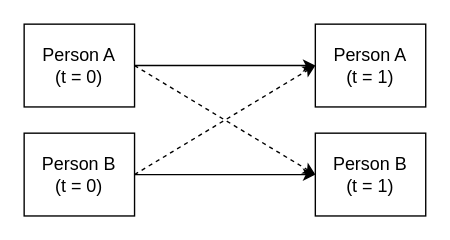
visserle/two-hearts keeps this draw.io diagram as plots/dynamic_system.drawio. Above is the earlier version. Source tidied: cells renumbered, new cells numbered last; positions are measured from the earlier drawing's top-left corner, leaving out a move shared by most shapes. Both pictures are drawn from the tidied source at 138%, with x=0, y=0 at pixel (23, 23).
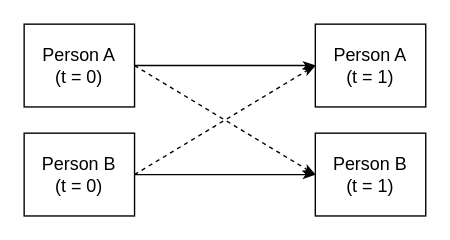
The same page after the edit.

Change to the diagram source:
```diff
@@
 <mxGraphModel>
   <root>
     <mxCell id="0" />
     <mxCell id="1" parent="0" />
-    <mxCell id="2" style="edgeStyle=orthogonalEdgeStyle;rounded=0;jettySize=auto;html=1;strokeWidth=1;fontSize=13;" parent="1" edge="1" source="4" target="8">
+    <mxCell id="2" style="edgeStyle=orthogonalEdgeStyle;rounded=0;jettySize=auto;html=1;strokeWidth=1;fontSize=13;endArrow=classicThin;endFill=1;" parent="1" edge="1" source="4" target="8">
       <mxGeometry relative="1" as="geometry" />
     </mxCell>
-    <mxCell id="3" style="rounded=0;jettySize=auto;html=1;entryX=0;entryY=0.5;entryDx=0;entryDy=0;exitX=1;exitY=0.5;exitDx=0;exitDy=0;dashed=1;strokeWidth=1;fontSize=13;" parent="1" edge="1" source="4" target="9">
+    <mxCell id="3" style="rounded=0;jettySize=auto;html=1;entryX=0;entryY=0.5;entryDx=0;entryDy=0;exitX=1;exitY=0.5;exitDx=0;exitDy=0;dashed=1;strokeWidth=1;fontSize=13;endArrow=classicThin;endFill=1;" parent="1" edge="1" source="4" target="9">
       <mxGeometry relative="1" as="geometry" />
     </mxCell>
     <mxCell id="4" value="Person A&lt;br style=&quot;font-size: 13px&quot;&gt;(t = 0)" style="rounded=0;whiteSpace=wrap;html=1;strokeWidth=1;fontSize=13;" parent="1" vertex="1">
       <mxGeometry width="80" height="60" as="geometry" />
     </mxCell>
-    <mxCell id="5" style="edgeStyle=orthogonalEdgeStyle;rounded=0;jettySize=auto;html=1;strokeWidth=1;fontSize=13;" parent="1" edge="1" source="7" target="9">
+    <mxCell id="5" style="edgeStyle=orthogonalEdgeStyle;rounded=0;jettySize=auto;html=1;strokeWidth=1;fontSize=13;endArrow=classicThin;endFill=1;" parent="1" edge="1" source="7" target="9">
       <mxGeometry relative="1" as="geometry" />
     </mxCell>
-    <mxCell id="6" style="edgeStyle=none;rounded=0;jettySize=auto;html=1;entryX=0;entryY=0.5;entryDx=0;entryDy=0;dashed=1;exitX=1;exitY=0.5;exitDx=0;exitDy=0;strokeWidth=1;fontSize=13;" parent="1" edge="1" source="7" target="8">
+    <mxCell id="6" style="edgeStyle=none;rounded=0;jettySize=auto;html=1;entryX=0;entryY=0.5;entryDx=0;entryDy=0;dashed=1;exitX=1;exitY=0.5;exitDx=0;exitDy=0;strokeWidth=1;fontSize=13;endArrow=classicThin;endFill=1;" parent="1" edge="1" source="7" target="8">
       <mxGeometry relative="1" as="geometry" />
     </mxCell>
     <mxCell id="7" value="Person B&lt;br style=&quot;font-size: 13px&quot;&gt;(t = 0)" style="rounded=0;whiteSpace=wrap;html=1;strokeWidth=1;fontSize=13;" parent="1" vertex="1">
       <mxGeometry y="79" width="80" height="60" as="geometry" />
     </mxCell>
     <mxCell id="8" value="Person A&lt;br style=&quot;font-size: 13px&quot;&gt;(t = 1)" style="rounded=0;whiteSpace=wrap;html=1;strokeWidth=1;fontSize=13;" parent="1" vertex="1">
       <mxGeometry x="211" width="80" height="60" as="geometry" />
     </mxCell>
     <mxCell id="9" value="Person B&lt;br style=&quot;font-size: 13px&quot;&gt;(t = 1)" style="rounded=0;whiteSpace=wrap;html=1;strokeWidth=1;fontSize=13;" parent="1" vertex="1">
       <mxGeometry x="211" y="79" width="80" height="60" as="geometry" />
     </mxCell>
   </root>
 </mxGraphModel>
```
